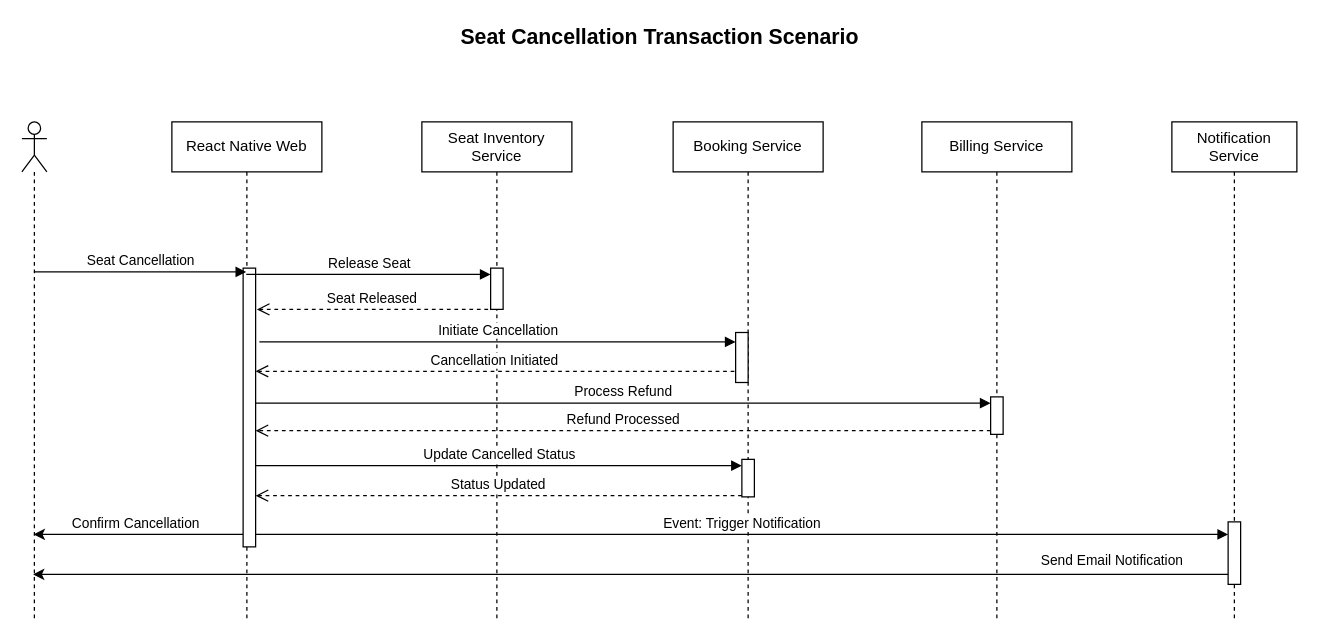
Before: OMB_SeatCancellation.drawio in itzmedinesh/drawings, a draw.io diagram. Source tidied: cells renumbered, new cells numbered last; positions are measured from the earlier drawing's top-left corner, leaving out a move shared by most shapes. Both pictures are drawn from the tidied source at 125%, with x=0, y=0 at pixel (21, 21).
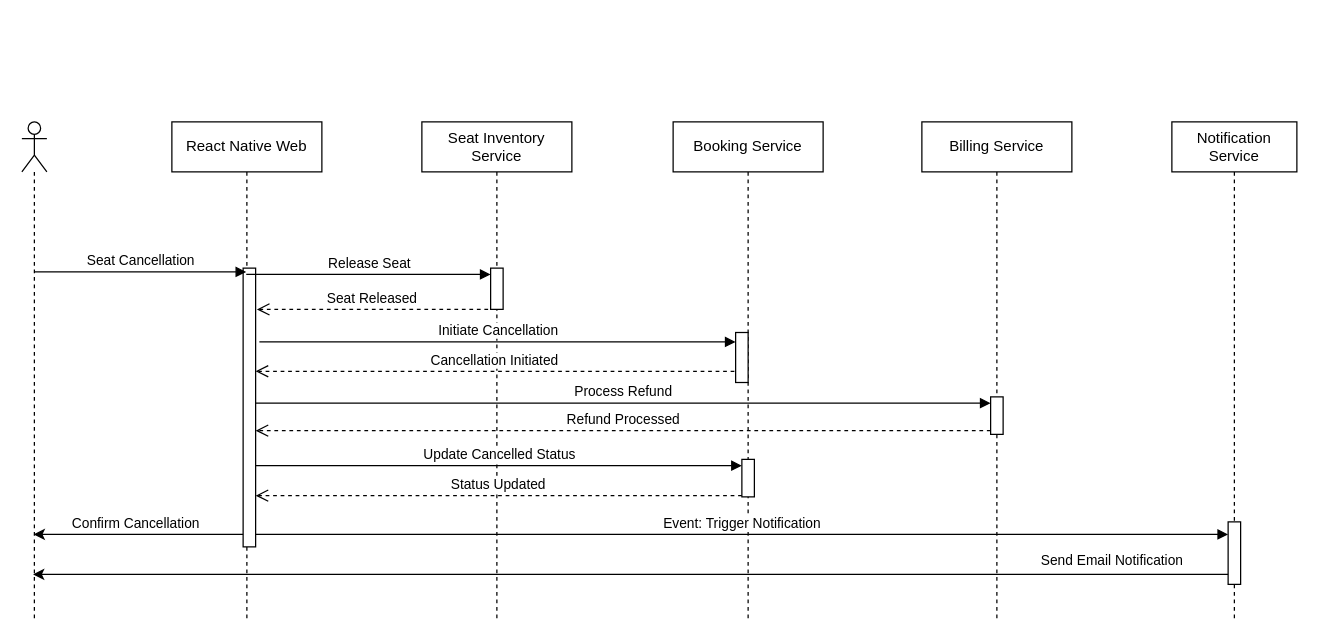
After the change.

What changed in the source:
```diff
@@
-    <mxCell id="28" value="Seat Cancellation Transaction Scenario" style="text;align=center;fontStyle=1;verticalAlign=middle;spacingLeft=3;spacingRight=3;strokeColor=none;html=1;fontSize=17;" parent="1" vertex="1">
-      <mxGeometry x="340" width="340" height="26" as="geometry" />
-    </mxCell>
```
